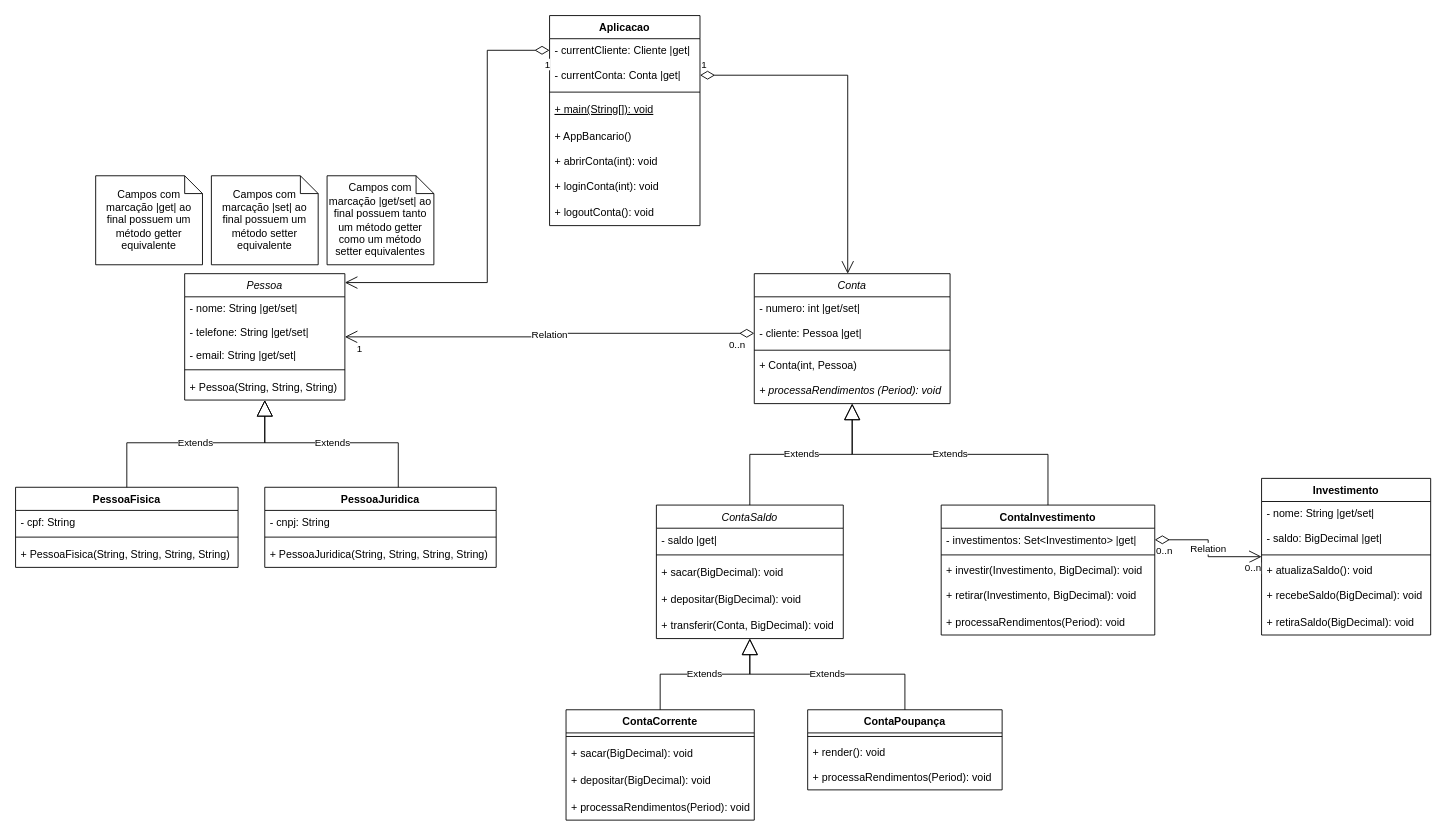
This is diagramas/Diagrama Breno.drawio from leonardonunes3/Projeto-Let-s-Code, a draw.io file, before an edit. Source tidied: cells renumbered, new cells numbered last; positions are measured from the earlier drawing's top-left corner, leaving out a move shared by most shapes. Both pictures are drawn from the tidied source at 89%, with x=0, y=0 at pixel (15, 15).
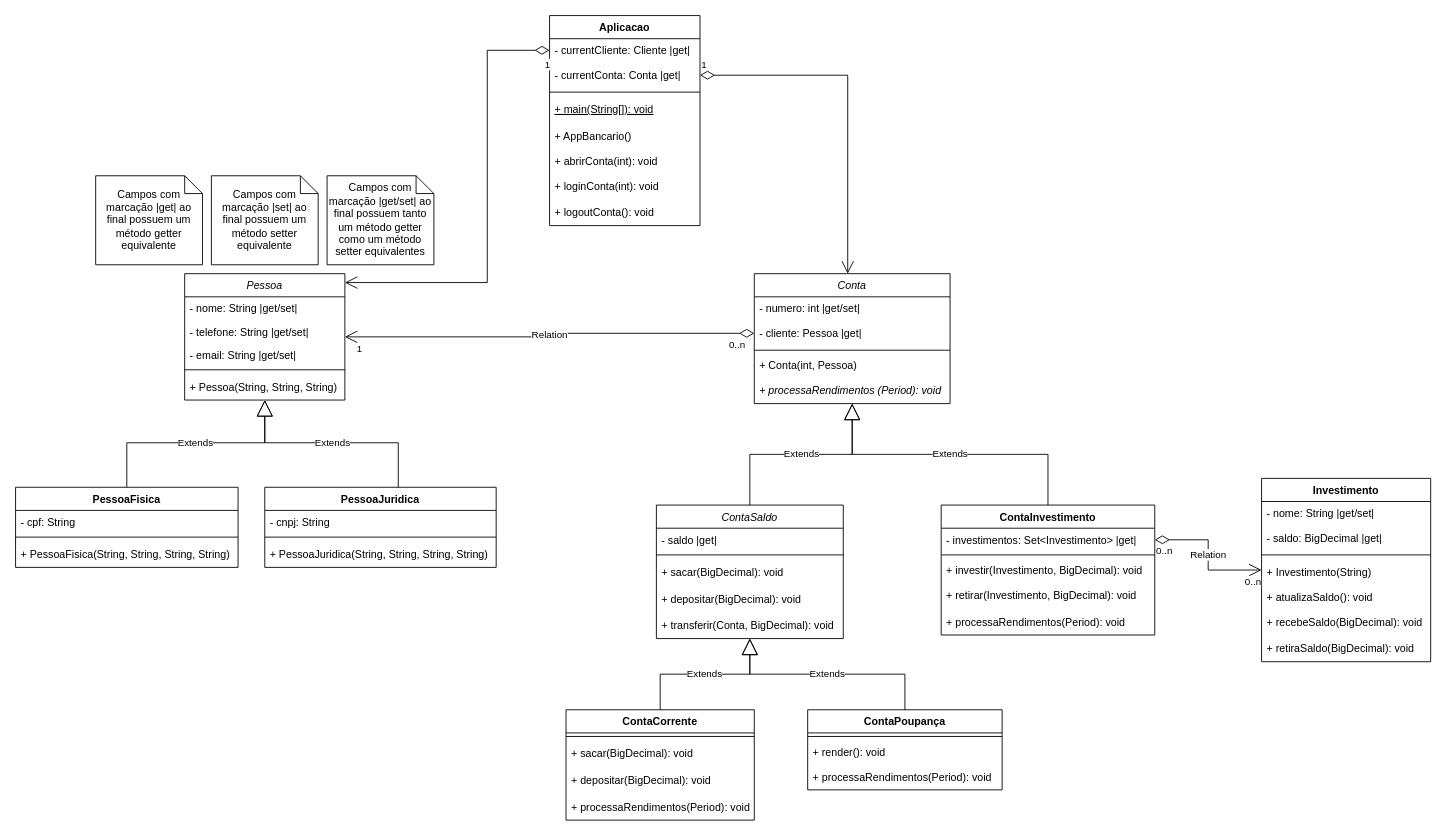
After the change.

Commit message:
Atualiza diagrama de classes para inserir um construtor em Investimento.

The edit, as a diff of the source:
```diff
@@
     <mxCell id="55" value="Investimento" style="swimlane;fontStyle=1;align=center;verticalAlign=top;horizontal=1;startSize=26;" parent="1" vertex="1">
-      <mxGeometry x="1400" y="520" width="190" height="176" as="geometry" />
+      <mxGeometry x="1400" y="520" width="190" height="206" as="geometry" />
     </mxCell>
@@
+    <mxCell id="76" value="+ Investimento(String)" style="text;strokeColor=none;fillColor=none;align=left;verticalAlign=middle;spacingLeft=4;spacingRight=4;overflow=hidden;" parent="55" vertex="1">
+      <mxGeometry y="90" width="190" height="30" as="geometry" />
+    </mxCell>
     <mxCell id="59" value="+ atualizaSaldo(): void" style="text;strokeColor=none;fillColor=none;align=left;verticalAlign=top;spacingLeft=4;spacingRight=4;overflow=hidden;" parent="55" vertex="1">
-      <mxGeometry y="90" width="190" height="26" as="geometry" />
+      <mxGeometry y="120" width="190" height="26" as="geometry" />
     </mxCell>
     <mxCell id="60" value="+ recebeSaldo(BigDecimal): void" style="text;strokeColor=none;fillColor=none;align=left;verticalAlign=middle;spacingLeft=4;spacingRight=4;overflow=hidden;" parent="55" vertex="1">
-      <mxGeometry y="116" width="190" height="30" as="geometry" />
+      <mxGeometry y="146" width="190" height="30" as="geometry" />
     </mxCell>
     <mxCell id="61" value="+ retiraSaldo(BigDecimal): void" style="text;strokeColor=none;fillColor=none;align=left;verticalAlign=middle;spacingLeft=4;spacingRight=4;overflow=hidden;" parent="55" vertex="1">
-      <mxGeometry y="146" width="190" height="30" as="geometry" />
+      <mxGeometry y="176" width="190" height="30" as="geometry" />
     </mxCell>
```
